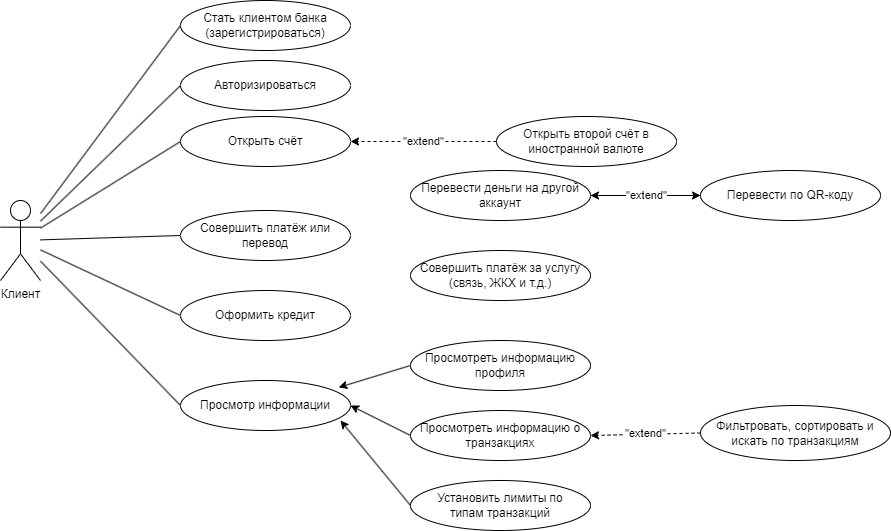
user-of-github/BSUIR_Labs_Financial-information-processing-technologies keeps this draw.io diagram as LR1/usecase.png. Above is the earlier version. Source tidied: cells renumbered, new cells last; positions are measured from the earlier drawing's top-left corner, leaving out a move shared by most shapes.
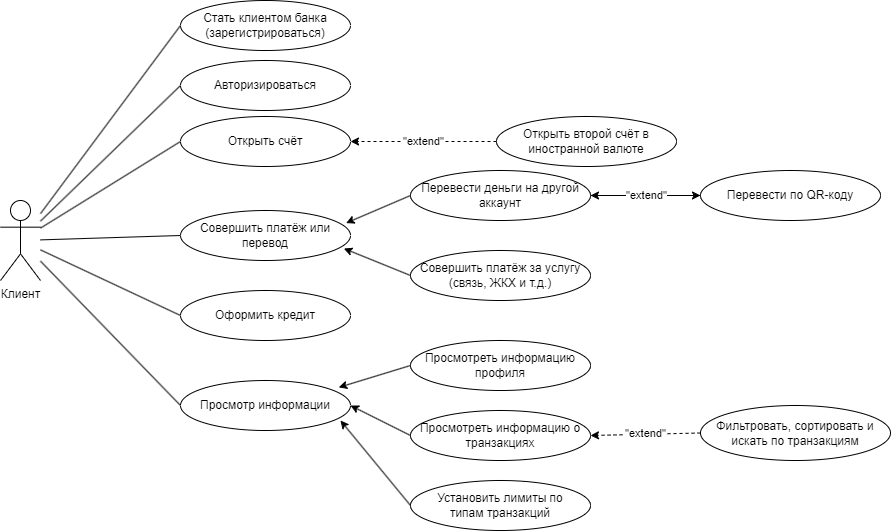
After the commit.

What changed in the source:
```diff
@@ -95,5 +95,11 @@
     <mxCell id="32" style="endArrow=classic;html=1;rounded=0;exitX=0;exitY=0.5;exitDx=0;exitDy=0;entryX=0.941;entryY=0.8;entryDx=0;entryDy=0;entryPerimeter=0;" parent="1" edge="1" source="22" target="11">
       <mxGeometry relative="1" as="geometry" />
     </mxCell>
+    <mxCell id="33" style="endArrow=classic;html=1;rounded=0;exitX=0;exitY=0.5;exitDx=0;exitDy=0;entryX=0.961;entryY=0.76;entryDx=0;entryDy=0;entryPerimeter=0;" parent="1" edge="1" source="7" target="4">
+      <mxGeometry relative="1" as="geometry" />
+    </mxCell>
+    <mxCell id="34" style="endArrow=classic;html=1;rounded=0;exitX=0;exitY=0.5;exitDx=0;exitDy=0;entryX=0.974;entryY=0.251;entryDx=0;entryDy=0;entryPerimeter=0;" parent="1" edge="1" source="6" target="4">
+      <mxGeometry relative="1" as="geometry" />
+    </mxCell>
   </root>
 </mxGraphModel>
```
